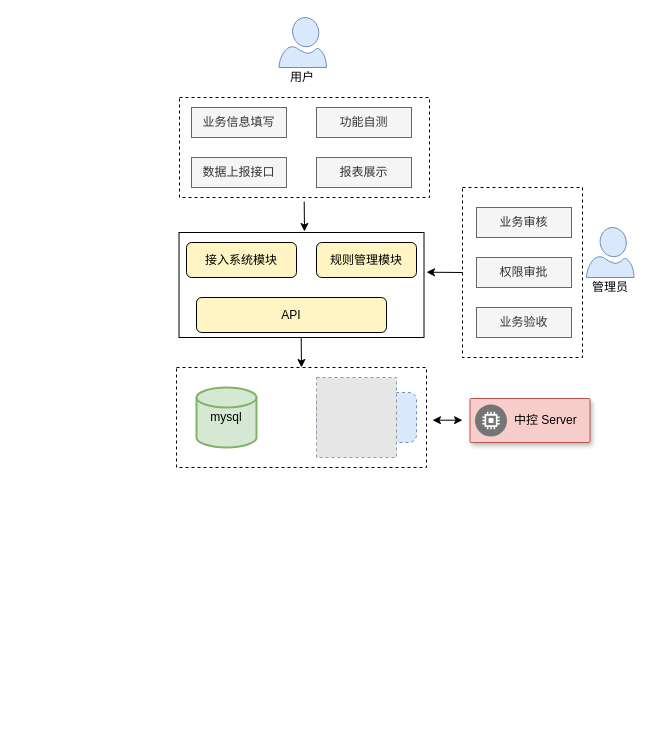
This is hope.drawio from eragonhuang/house, a draw.io file, before an edit. Source tidied: cells renumbered, new cells numbered last; positions are measured from the earlier drawing's top-left corner, leaving out a move shared by most shapes. Both pictures are drawn from the tidied source at 100%, with x=0, y=0 at pixel (176, 17). Pictures stored in the file or linked from it are replaced by grey dashed boxes.
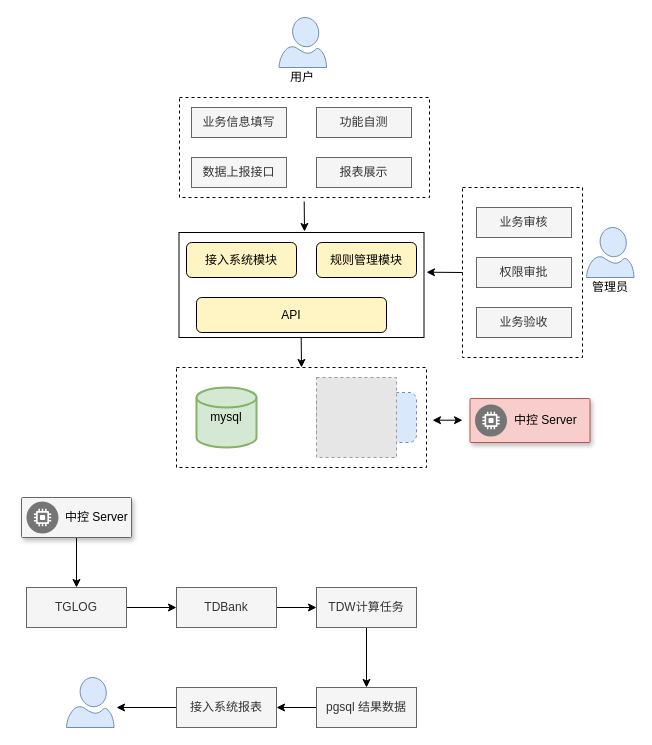
After the change.

Change to the diagram source:
```diff
@@
+    <mxCell id="29" style="edgeStyle=orthogonalEdgeStyle;rounded=0;jettySize=auto;html=1;entryX=0.5;entryY=0;entryDx=0;entryDy=0;" parent="1" edge="1" source="30" target="33">
+      <mxGeometry relative="1" as="geometry" />
+    </mxCell>
+    <mxCell id="30" style="strokeColor=#666666;shadow=1;strokeWidth=1;rounded=1;absoluteArcSize=1;arcSize=2;fillColor=#f5f5f5;fontColor=#333333;" parent="1" vertex="1">
+      <mxGeometry x="-155" y="480" width="110" height="40" as="geometry" />
+    </mxCell>
+    <mxCell id="31" value="中控 Server" style="dashed=0;html=1;fillColor=#757575;strokeColor=none;shape=mxgraph.gcp2.dedicated_game_server;labelPosition=right;verticalLabelPosition=middle;align=left;verticalAlign=middle;spacingLeft=5;fontSize=12;" parent="30" vertex="1">
+      <mxGeometry y="0.5" width="32" height="32" relative="1" as="geometry">
+        <mxPoint x="5" y="-16" as="offset" />
+      </mxGeometry>
+    </mxCell>
+    <mxCell id="32" style="edgeStyle=orthogonalEdgeStyle;rounded=0;jettySize=auto;html=1;" parent="1" edge="1" source="33" target="35">
+      <mxGeometry relative="1" as="geometry" />
+    </mxCell>
+    <mxCell id="33" value="TGLOG" style="rounded=0;whiteSpace=wrap;html=1;fillColor=#f5f5f5;strokeColor=#666666;fontColor=#333333;" parent="1" vertex="1">
+      <mxGeometry x="-150" y="570" width="100" height="40" as="geometry" />
+    </mxCell>
+    <mxCell id="34" style="edgeStyle=orthogonalEdgeStyle;rounded=0;jettySize=auto;html=1;" parent="1" edge="1" source="35" target="37">
+      <mxGeometry relative="1" as="geometry" />
+    </mxCell>
+    <mxCell id="35" value="TDBank" style="rounded=0;whiteSpace=wrap;html=1;fillColor=#f5f5f5;strokeColor=#666666;fontColor=#333333;" parent="1" vertex="1">
+      <mxGeometry y="570" width="100" height="40" as="geometry" />
+    </mxCell>
+    <mxCell id="36" style="edgeStyle=orthogonalEdgeStyle;rounded=0;jettySize=auto;html=1;" parent="1" edge="1" source="37" target="39">
+      <mxGeometry relative="1" as="geometry" />
+    </mxCell>
+    <mxCell id="37" value="TDW计算任务" style="rounded=0;whiteSpace=wrap;html=1;fillColor=#f5f5f5;strokeColor=#666666;fontColor=#333333;" parent="1" vertex="1">
+      <mxGeometry x="140" y="570" width="100" height="40" as="geometry" />
+    </mxCell>
+    <mxCell id="38" style="edgeStyle=orthogonalEdgeStyle;rounded=0;jettySize=auto;html=1;entryX=1;entryY=0.5;entryDx=0;entryDy=0;" parent="1" edge="1" source="39" target="41">
+      <mxGeometry relative="1" as="geometry" />
+    </mxCell>
+    <mxCell id="39" value="pgsql 结果数据" style="rounded=0;whiteSpace=wrap;html=1;fillColor=#f5f5f5;strokeColor=#666666;fontColor=#333333;" parent="1" vertex="1">
+      <mxGeometry x="140" y="670" width="100" height="40" as="geometry" />
+    </mxCell>
+    <mxCell id="40" style="edgeStyle=orthogonalEdgeStyle;rounded=0;jettySize=auto;html=1;" parent="1" edge="1" source="41">
+      <mxGeometry relative="1" as="geometry">
+        <mxPoint x="-60" y="690" as="targetPoint" />
+      </mxGeometry>
+    </mxCell>
+    <mxCell id="41" value="接入系统报表" style="rounded=0;whiteSpace=wrap;html=1;fillColor=#f5f5f5;strokeColor=#666666;fontColor=#333333;" parent="1" vertex="1">
+      <mxGeometry y="670" width="100" height="40" as="geometry" />
+    </mxCell>
+    <mxCell id="42" style="verticalLabelPosition=bottom;html=1;verticalAlign=top;align=center;strokeColor=#6c8ebf;fillColor=#dae8fc;shape=mxgraph.azure.user;" parent="1" vertex="1">
+      <mxGeometry x="-110" y="660" width="47.5" height="50" as="geometry" />
+    </mxCell>
```
